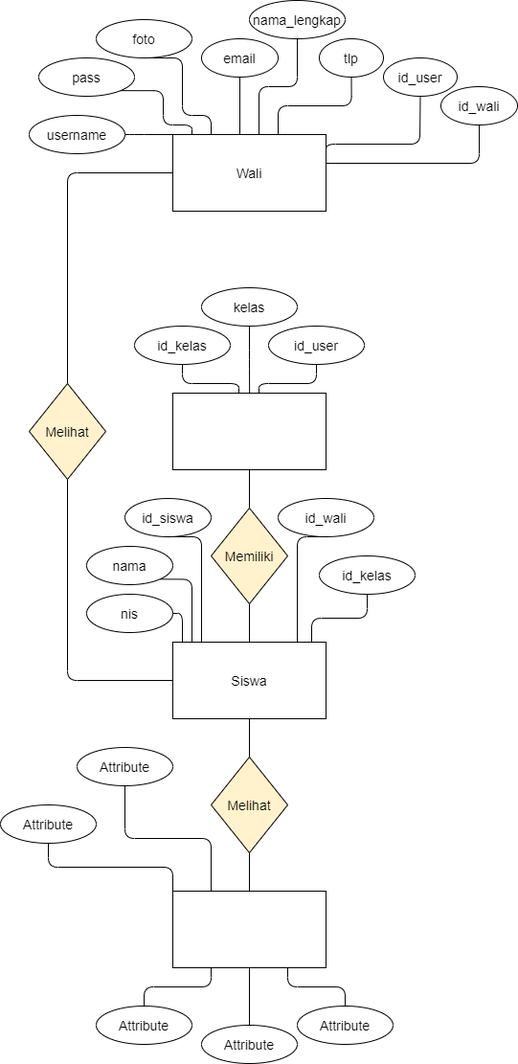
Before: Entity Relationship Diagram.png, a diagram exported from draw.io (tamamhuda/Aplikasi-Presensi). Source tidied: cells renumbered, new cells last; positions are measured from the earlier drawing's top-left corner, leaving out a move shared by most shapes.
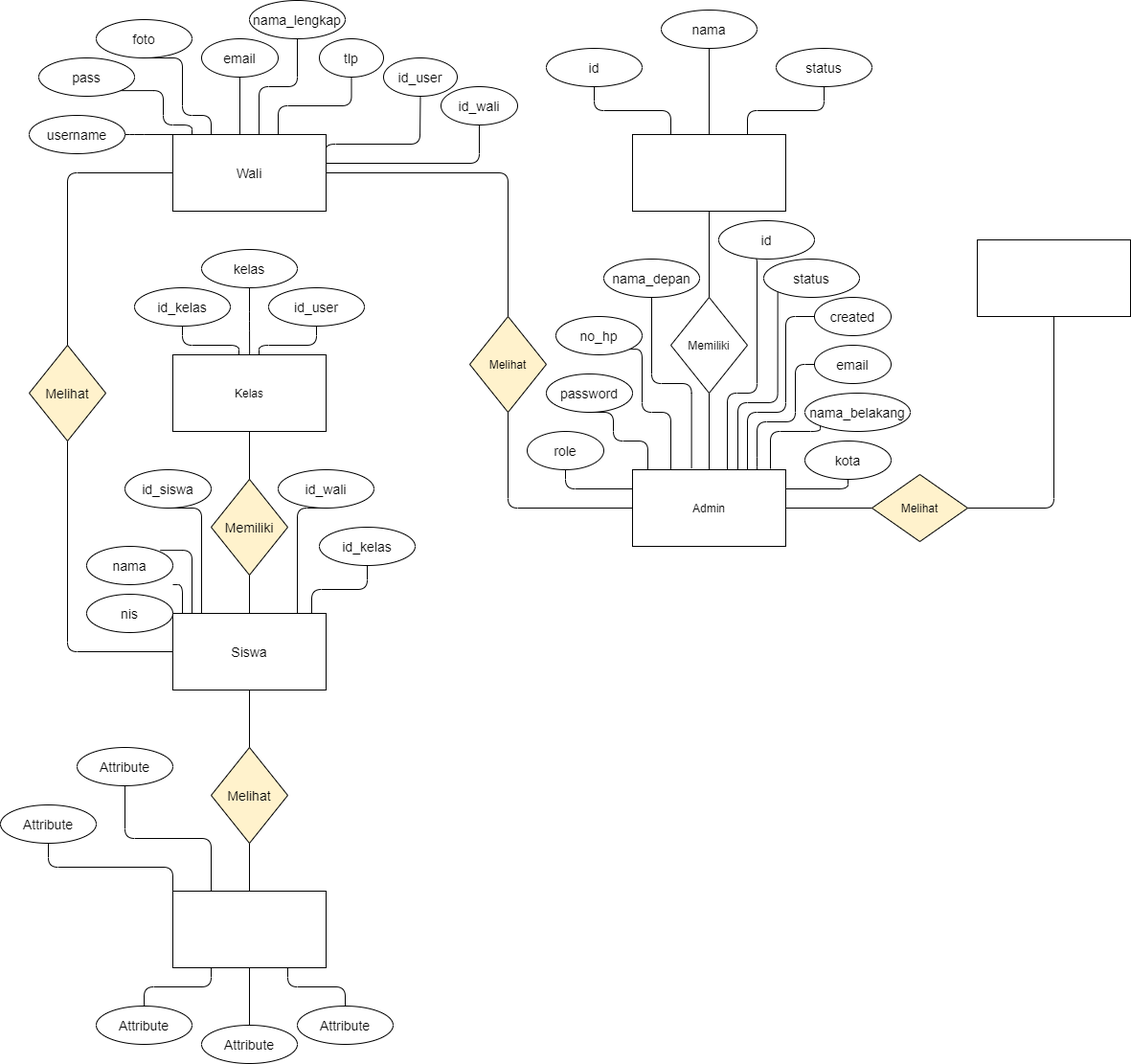
The same diagram one commit later.

Diff of the diagram source:
```diff
@@ -13,14 +13,17 @@
     <mxCell id="3" style="edgeStyle=orthogonalEdgeStyle;rounded=1;jettySize=auto;html=1;fontSize=14;endArrow=none;endFill=0;" parent="1" edge="1" source="4" target="28">
       <mxGeometry relative="1" as="geometry" />
     </mxCell>
+    <mxCell id="57" style="edgeStyle=orthogonalEdgeStyle;rounded=1;jettySize=auto;html=1;exitX=1;exitY=0.5;exitDx=0;exitDy=0;entryX=0.5;entryY=0;entryDx=0;entryDy=0;fontSize=14;endArrow=none;endFill=0;" parent="1" edge="1" source="4" target="58">
+      <mxGeometry relative="1" as="geometry" />
+    </mxCell>
     <mxCell id="4" value="&lt;font style=&quot;font-size: 14px&quot;&gt;Wali&lt;/font&gt;" style="rounded=0;whiteSpace=wrap;html=1;" parent="1" vertex="1">
       <mxGeometry x="180" y="140" width="160" height="80" as="geometry" />
     </mxCell>
     <mxCell id="5" style="edgeStyle=orthogonalEdgeStyle;rounded=1;jettySize=auto;html=1;fontSize=14;endArrow=none;endFill=0;" parent="1" edge="1" source="6" target="35">
       <mxGeometry relative="1" as="geometry" />
     </mxCell>
-    <mxCell id="6" style="rounded=0;whiteSpace=wrap;html=1;" parent="1" vertex="1">
-      <mxGeometry x="180" y="410" width="160" height="80" as="geometry" />
+    <mxCell id="6" value="Kelas" style="rounded=0;whiteSpace=wrap;html=1;" parent="1" vertex="1">
+      <mxGeometry x="180" y="370" width="160" height="80" as="geometry" />
     </mxCell>
     <mxCell id="7" style="edgeStyle=orthogonalEdgeStyle;rounded=1;jettySize=auto;html=1;entryX=0.5;entryY=1;entryDx=0;entryDy=0;fontSize=14;endArrow=none;endFill=0;" parent="1" edge="1" source="9" target="35">
       <mxGeometry relative="1" as="geometry" />
@@ -29,7 +32,7 @@
       <mxGeometry relative="1" as="geometry" />
     </mxCell>
     <mxCell id="9" value="&lt;font style=&quot;font-size: 14px&quot;&gt;Siswa&lt;/font&gt;" style="rounded=0;whiteSpace=wrap;html=1;" parent="1" vertex="1">
-      <mxGeometry x="180" y="670" width="160" height="80" as="geometry" />
+      <mxGeometry x="180" y="640" width="160" height="80" as="geometry" />
     </mxCell>
     <mxCell id="10" style="edgeStyle=orthogonalEdgeStyle;rounded=1;jettySize=auto;html=1;exitX=0.25;exitY=1;exitDx=0;exitDy=0;entryX=0.5;entryY=0;entryDx=0;entryDy=0;fontSize=14;endArrow=none;endFill=0;" parent="1" edge="1" source="11" target="52">
       <mxGeometry relative="1" as="geometry" />
@@ -130,70 +133,72 @@
       <mxGeometry relative="1" as="geometry" />
     </mxCell>
     <mxCell id="28" value="&lt;font style=&quot;font-size: 14px&quot;&gt;Melihat&lt;/font&gt;" style="rhombus;whiteSpace=wrap;html=1;rounded=0;fillColor=#FFF2CC;" parent="1" vertex="1">
-      <mxGeometry x="30" y="400" width="80" height="100" as="geometry" />
+      <mxGeometry x="30" y="360" width="80" height="100" as="geometry" />
     </mxCell>
     <mxCell id="29" style="edgeStyle=orthogonalEdgeStyle;rounded=1;jettySize=auto;html=1;exitX=0.5;exitY=1;exitDx=0;exitDy=0;fontSize=14;endArrow=none;endFill=0;" parent="1" edge="1" source="30">
       <mxGeometry relative="1" as="geometry">
-        <mxPoint x="260.1" y="410" as="targetPoint" />
+        <mxPoint x="260.1" y="370" as="targetPoint" />
       </mxGeometry>
     </mxCell>
     <mxCell id="30" value="kelas" style="ellipse;whiteSpace=wrap;html=1;align=center;fontSize=14;fillColor=#FFFFFF;" parent="1" vertex="1">
-      <mxGeometry x="210" y="300" width="100" height="40" as="geometry" />
+      <mxGeometry x="210" y="260" width="100" height="40" as="geometry" />
     </mxCell>
     <mxCell id="31" style="edgeStyle=orthogonalEdgeStyle;rounded=1;jettySize=auto;html=1;exitX=0.5;exitY=1;exitDx=0;exitDy=0;fontSize=14;endArrow=none;endFill=0;" parent="1" edge="1" source="32">
       <mxGeometry relative="1" as="geometry">
-        <mxPoint x="270" y="410" as="targetPoint" />
+        <mxPoint x="270" y="370" as="targetPoint" />
         <Array as="points">
-          <mxPoint x="330" y="400" />
-          <mxPoint x="270" y="400" />
-          <mxPoint x="270" y="410" />
+          <mxPoint x="330" y="360" />
+          <mxPoint x="270" y="360" />
+          <mxPoint x="270" y="370" />
         </Array>
       </mxGeometry>
     </mxCell>
     <mxCell id="32" value="id_user" style="ellipse;whiteSpace=wrap;html=1;align=center;fontSize=14;fillColor=#FFFFFF;" parent="1" vertex="1">
-      <mxGeometry x="280" y="340" width="100" height="40" as="geometry" />
+      <mxGeometry x="280" y="300" width="100" height="40" as="geometry" />
     </mxCell>
     <mxCell id="33" style="edgeStyle=orthogonalEdgeStyle;rounded=1;jettySize=auto;html=1;exitX=0.5;exitY=1;exitDx=0;exitDy=0;fontSize=14;endArrow=none;endFill=0;" parent="1" edge="1" source="34">
       <mxGeometry relative="1" as="geometry">
-        <mxPoint x="249" y="410" as="targetPoint" />
+        <mxPoint x="249" y="370" as="targetPoint" />
       </mxGeometry>
     </mxCell>
     <mxCell id="34" value="id_kelas" style="ellipse;whiteSpace=wrap;html=1;align=center;fontSize=14;fillColor=#FFFFFF;" parent="1" vertex="1">
-      <mxGeometry x="140" y="340" width="100" height="40" as="geometry" />
+      <mxGeometry x="140" y="300" width="100" height="40" as="geometry" />
     </mxCell>
     <mxCell id="35" value="&lt;font style=&quot;font-size: 14px&quot;&gt;Memiliki&lt;/font&gt;" style="rhombus;whiteSpace=wrap;html=1;rounded=0;fillColor=#FFF2CC;" parent="1" vertex="1">
-      <mxGeometry x="220" y="530" width="80" height="100" as="geometry" />
+      <mxGeometry x="220" y="500" width="80" height="100" as="geometry" />
     </mxCell>
     <mxCell id="36" style="edgeStyle=orthogonalEdgeStyle;rounded=1;jettySize=auto;html=1;exitX=0.5;exitY=1;exitDx=0;exitDy=0;fontSize=14;endArrow=none;endFill=0;" parent="1" edge="1" source="37">
       <mxGeometry relative="1" as="geometry">
-        <mxPoint x="210" y="670" as="targetPoint" />
+        <mxPoint x="210" y="640" as="targetPoint" />
         <Array as="points">
-          <mxPoint x="210" y="560" />
-          <mxPoint x="210" y="670" />
+          <mxPoint x="210" y="530" />
+          <mxPoint x="210" y="640" />
         </Array>
       </mxGeometry>
     </mxCell>
     <mxCell id="37" value="id_siswa" style="ellipse;whiteSpace=wrap;html=1;align=center;fontSize=14;" parent="1" vertex="1">
-      <mxGeometry x="130" y="520" width="90" height="40" as="geometry" />
+      <mxGeometry x="130" y="490" width="90" height="40" as="geometry" />
     </mxCell>
-    <mxCell id="38" style="edgeStyle=orthogonalEdgeStyle;rounded=1;jettySize=auto;html=1;exitX=1;exitY=1;exitDx=0;exitDy=0;fontSize=14;endArrow=none;endFill=0;" parent="1" edge="1" source="39">
+    <mxCell id="38" style="edgeStyle=orthogonalEdgeStyle;rounded=1;orthogonalLoop=1;jettySize=auto;html=1;exitX=1;exitY=1;exitDx=0;exitDy=0;fontSize=14;endArrow=none;endFill=0;" parent="1" edge="1">
       <mxGeometry relative="1" as="geometry">
-        <mxPoint x="200" y="670" as="targetPoint" />
+        <mxPoint x="166.8" y="574.1" as="sourcePoint" />
+        <mxPoint x="200" y="640" as="targetPoint" />
         <Array as="points">
-          <mxPoint x="200" y="604" />
-          <mxPoint x="200" y="670" />
+          <mxPoint x="200" y="574" />
+          <mxPoint x="200" y="640" />
         </Array>
       </mxGeometry>
     </mxCell>
     <mxCell id="39" value="nama" style="ellipse;whiteSpace=wrap;html=1;align=center;fontSize=14;" parent="1" vertex="1">
       <mxGeometry x="90" y="570" width="90" height="40" as="geometry" />
     </mxCell>
-    <mxCell id="40" style="edgeStyle=orthogonalEdgeStyle;rounded=1;jettySize=auto;html=1;exitX=1;exitY=0.5;exitDx=0;exitDy=0;fontSize=14;endArrow=none;endFill=0;" parent="1" edge="1" source="41">
+    <mxCell id="40" style="edgeStyle=orthogonalEdgeStyle;rounded=1;orthogonalLoop=1;jettySize=auto;html=1;exitX=1;exitY=0.5;exitDx=0;exitDy=0;fontSize=14;endArrow=none;endFill=0;" parent="1" edge="1">
       <mxGeometry relative="1" as="geometry">
-        <mxPoint x="190" y="670" as="targetPoint" />
+        <mxPoint x="180" y="610" as="sourcePoint" />
+        <mxPoint x="190" y="640" as="targetPoint" />
         <Array as="points">
+          <mxPoint x="190" y="610" />
           <mxPoint x="190" y="640" />
-          <mxPoint x="190" y="670" />
         </Array>
       </mxGeometry>
     </mxCell>
@@ -202,29 +207,29 @@
     </mxCell>
     <mxCell id="42" style="edgeStyle=orthogonalEdgeStyle;rounded=1;jettySize=auto;html=1;exitX=0.5;exitY=1;exitDx=0;exitDy=0;fontSize=14;endArrow=none;endFill=0;" parent="1" edge="1" source="43">
       <mxGeometry relative="1" as="geometry">
-        <mxPoint x="310" y="670" as="targetPoint" />
+        <mxPoint x="310" y="640" as="targetPoint" />
         <Array as="points">
-          <mxPoint x="310" y="560" />
-          <mxPoint x="310" y="670" />
+          <mxPoint x="310" y="530" />
+          <mxPoint x="310" y="640" />
         </Array>
       </mxGeometry>
     </mxCell>
     <mxCell id="43" value="id_wali" style="ellipse;whiteSpace=wrap;html=1;align=center;fontSize=14;fillColor=#FFFFFF;" parent="1" vertex="1">
-      <mxGeometry x="290" y="520" width="100" height="40" as="geometry" />
+      <mxGeometry x="290" y="490" width="100" height="40" as="geometry" />
     </mxCell>
     <mxCell id="44" style="edgeStyle=orthogonalEdgeStyle;rounded=1;jettySize=auto;html=1;exitX=0.5;exitY=1;exitDx=0;exitDy=0;fontSize=14;endArrow=none;endFill=0;" parent="1" edge="1" source="45">
       <mxGeometry relative="1" as="geometry">
-        <mxPoint x="325" y="670" as="targetPoint" />
+        <mxPoint x="325" y="640" as="targetPoint" />
       </mxGeometry>
     </mxCell>
     <mxCell id="45" value="id_kelas" style="ellipse;whiteSpace=wrap;html=1;align=center;fontSize=14;fillColor=#FFFFFF;" parent="1" vertex="1">
-      <mxGeometry x="333" y="580" width="100" height="40" as="geometry" />
+      <mxGeometry x="333" y="550" width="100" height="40" as="geometry" />
     </mxCell>
     <mxCell id="46" style="edgeStyle=orthogonalEdgeStyle;rounded=1;jettySize=auto;html=1;exitX=0.5;exitY=1;exitDx=0;exitDy=0;entryX=0.5;entryY=0;entryDx=0;entryDy=0;fontSize=14;endArrow=none;endFill=0;" parent="1" edge="1" source="47" target="11">
       <mxGeometry relative="1" as="geometry" />
     </mxCell>
     <mxCell id="47" value="&lt;font style=&quot;font-size: 14px&quot;&gt;Melihat&lt;/font&gt;" style="rhombus;whiteSpace=wrap;html=1;rounded=0;fillColor=#FFF2CC;" parent="1" vertex="1">
-      <mxGeometry x="220" y="790" width="80" height="100" as="geometry" />
+      <mxGeometry x="220" y="780" width="80" height="100" as="geometry" />
     </mxCell>
     <mxCell id="48" style="edgeStyle=orthogonalEdgeStyle;rounded=1;jettySize=auto;html=1;exitX=0.5;exitY=1;exitDx=0;exitDy=0;entryX=0.25;entryY=0;entryDx=0;entryDy=0;fontSize=14;endArrow=none;endFill=0;" parent="1" edge="1" source="49" target="11">
       <mxGeometry relative="1" as="geometry" />
@@ -253,5 +258,167 @@
     <mxCell id="56" value="Attribute" style="ellipse;whiteSpace=wrap;html=1;align=center;fontSize=14;fillColor=#FFFFFF;" parent="1" vertex="1">
       <mxGeometry x="310" y="1050" width="100" height="40" as="geometry" />
     </mxCell>
+    <mxCell id="58" value="Melihat" style="rhombus;whiteSpace=wrap;html=1;rounded=0;fillColor=#FFF2CC;" parent="1" vertex="1">
+      <mxGeometry x="490" y="330" width="80" height="100" as="geometry" />
+    </mxCell>
+    <mxCell id="59" style="edgeStyle=orthogonalEdgeStyle;rounded=1;jettySize=auto;html=1;exitX=0;exitY=0.5;exitDx=0;exitDy=0;entryX=0.5;entryY=1;entryDx=0;entryDy=0;fontSize=14;endArrow=none;endFill=0;" parent="1" edge="1" source="62" target="58">
+      <mxGeometry relative="1" as="geometry" />
+    </mxCell>
+    <mxCell id="60" style="edgeStyle=orthogonalEdgeStyle;rounded=1;jettySize=auto;html=1;fontSize=14;endArrow=none;endFill=0;" parent="1" edge="1" source="62" target="64">
+      <mxGeometry relative="1" as="geometry" />
+    </mxCell>
+    <mxCell id="61" style="edgeStyle=orthogonalEdgeStyle;rounded=1;jettySize=auto;html=1;fontSize=14;endArrow=none;endFill=0;" parent="1" edge="1" source="62" target="67">
+      <mxGeometry relative="1" as="geometry" />
+    </mxCell>
+    <mxCell id="62" value="Admin" style="whiteSpace=wrap;html=1;rounded=0;" parent="1" vertex="1">
+      <mxGeometry x="660" y="490" width="160" height="80" as="geometry" />
+    </mxCell>
+    <mxCell id="63" style="edgeStyle=orthogonalEdgeStyle;rounded=1;jettySize=auto;html=1;fontSize=14;endArrow=none;endFill=0;" parent="1" edge="1" source="64" target="65">
+      <mxGeometry relative="1" as="geometry" />
+    </mxCell>
+    <mxCell id="64" value="Melihat" style="rhombus;whiteSpace=wrap;html=1;rounded=0;fillColor=#FFF2CC;" parent="1" vertex="1">
+      <mxGeometry x="910" y="495" width="100" height="70" as="geometry" />
+    </mxCell>
+    <mxCell id="65" style="whiteSpace=wrap;html=1;rounded=0;" parent="1" vertex="1">
+      <mxGeometry x="1020" y="250" width="160" height="80" as="geometry" />
+    </mxCell>
+    <mxCell id="66" style="edgeStyle=orthogonalEdgeStyle;rounded=1;jettySize=auto;html=1;fontSize=14;endArrow=none;endFill=0;" parent="1" edge="1" source="67" target="68">
+      <mxGeometry relative="1" as="geometry" />
+    </mxCell>
+    <mxCell id="67" value="Memiliki" style="rhombus;whiteSpace=wrap;html=1;rounded=0;" parent="1" vertex="1">
+      <mxGeometry x="700" y="310" width="80" height="100" as="geometry" />
+    </mxCell>
+    <mxCell id="68" style="whiteSpace=wrap;html=1;rounded=0;" parent="1" vertex="1">
+      <mxGeometry x="660" y="140" width="160" height="80" as="geometry" />
+    </mxCell>
+    <mxCell id="69" style="edgeStyle=orthogonalEdgeStyle;rounded=1;jettySize=auto;html=1;exitX=0.5;exitY=1;exitDx=0;exitDy=0;entryX=0.25;entryY=0;entryDx=0;entryDy=0;fontSize=14;endArrow=none;endFill=0;" parent="1" edge="1" source="70" target="68">
+      <mxGeometry relative="1" as="geometry" />
+    </mxCell>
+    <mxCell id="70" value="id" style="ellipse;whiteSpace=wrap;html=1;align=center;fontSize=14;" parent="1" vertex="1">
+      <mxGeometry x="570" y="50" width="100" height="40" as="geometry" />
+    </mxCell>
+    <mxCell id="71" style="edgeStyle=orthogonalEdgeStyle;rounded=1;jettySize=auto;html=1;exitX=0.5;exitY=1;exitDx=0;exitDy=0;entryX=0.5;entryY=0;entryDx=0;entryDy=0;fontSize=14;endArrow=none;endFill=0;" parent="1" edge="1" source="72" target="68">
+      <mxGeometry relative="1" as="geometry" />
+    </mxCell>
+    <mxCell id="72" value="nama" style="ellipse;whiteSpace=wrap;html=1;align=center;fontSize=14;" parent="1" vertex="1">
+      <mxGeometry x="690" y="10" width="100" height="40" as="geometry" />
+    </mxCell>
+    <mxCell id="73" style="edgeStyle=orthogonalEdgeStyle;rounded=1;jettySize=auto;html=1;exitX=0.5;exitY=1;exitDx=0;exitDy=0;entryX=0.75;entryY=0;entryDx=0;entryDy=0;fontSize=14;endArrow=none;endFill=0;" parent="1" edge="1" source="74" target="68">
+      <mxGeometry relative="1" as="geometry" />
+    </mxCell>
+    <mxCell id="74" value="status" style="ellipse;whiteSpace=wrap;html=1;align=center;fontSize=14;" parent="1" vertex="1">
+      <mxGeometry x="810" y="50" width="100" height="40" as="geometry" />
+    </mxCell>
+    <mxCell id="75" style="edgeStyle=orthogonalEdgeStyle;rounded=1;jettySize=auto;html=1;exitX=0.5;exitY=1;exitDx=0;exitDy=0;fontSize=14;endArrow=none;endFill=0;entryX=0.385;entryY=-0.018;entryDx=0;entryDy=0;entryPerimeter=0;" parent="1" edge="1" source="76" target="62">
+      <mxGeometry relative="1" as="geometry" />
+    </mxCell>
+    <mxCell id="76" value="nama_depan" style="ellipse;whiteSpace=wrap;html=1;align=center;fontSize=14;" parent="1" vertex="1">
+      <mxGeometry x="630" y="270" width="100" height="40" as="geometry" />
+    </mxCell>
+    <mxCell id="77" style="edgeStyle=orthogonalEdgeStyle;rounded=1;jettySize=auto;html=1;exitX=1;exitY=1;exitDx=0;exitDy=0;entryX=0.25;entryY=0;entryDx=0;entryDy=0;fontSize=14;endArrow=none;endFill=0;" parent="1" edge="1" source="78" target="62">
+      <mxGeometry relative="1" as="geometry">
+        <Array as="points">
+          <mxPoint x="670" y="364" />
+          <mxPoint x="670" y="430" />
+          <mxPoint x="700" y="430" />
+        </Array>
+      </mxGeometry>
+    </mxCell>
+    <mxCell id="78" value="no_hp" style="ellipse;whiteSpace=wrap;html=1;align=center;fontSize=14;" parent="1" vertex="1">
+      <mxGeometry x="580" y="330" width="90" height="40" as="geometry" />
+    </mxCell>
+    <mxCell id="79" style="edgeStyle=orthogonalEdgeStyle;rounded=1;jettySize=auto;html=1;exitX=0.5;exitY=1;exitDx=0;exitDy=0;fontSize=14;endArrow=none;endFill=0;" parent="1" edge="1" source="80">
+      <mxGeometry relative="1" as="geometry">
+        <mxPoint x="676" y="490" as="targetPoint" />
+        <Array as="points">
+          <mxPoint x="640" y="430" />
+          <mxPoint x="640" y="460" />
+          <mxPoint x="676" y="460" />
+        </Array>
+      </mxGeometry>
+    </mxCell>
+    <mxCell id="80" value="password" style="ellipse;whiteSpace=wrap;html=1;align=center;fontSize=14;fillColor=#FFFFFF;" parent="1" vertex="1">
+      <mxGeometry x="570" y="390" width="90" height="40" as="geometry" />
+    </mxCell>
+    <mxCell id="81" style="edgeStyle=orthogonalEdgeStyle;rounded=1;jettySize=auto;html=1;exitX=0.5;exitY=1;exitDx=0;exitDy=0;entryX=0;entryY=0.25;entryDx=0;entryDy=0;fontSize=14;endArrow=none;endFill=0;" parent="1" edge="1" source="82" target="62">
+      <mxGeometry relative="1" as="geometry" />
+    </mxCell>
+    <mxCell id="82" value="role" style="ellipse;whiteSpace=wrap;html=1;align=center;fontSize=14;fillColor=#FFFFFF;" parent="1" vertex="1">
+      <mxGeometry x="550" y="450" width="80" height="40" as="geometry" />
+    </mxCell>
+    <mxCell id="83" style="edgeStyle=orthogonalEdgeStyle;rounded=1;jettySize=auto;html=1;exitX=0;exitY=1;exitDx=0;exitDy=0;fontSize=14;endArrow=none;endFill=0;" parent="1" edge="1" source="84">
+      <mxGeometry relative="1" as="geometry">
+        <mxPoint x="759" y="490" as="targetPoint" />
+        <Array as="points">
+          <mxPoint x="790" y="264" />
+          <mxPoint x="790" y="410" />
+          <mxPoint x="759" y="410" />
+        </Array>
+      </mxGeometry>
+    </mxCell>
+    <mxCell id="84" value="id" style="ellipse;whiteSpace=wrap;html=1;align=center;fontSize=14;fillColor=#FFFFFF;" parent="1" vertex="1">
+      <mxGeometry x="750" y="230" width="100" height="40" as="geometry" />
+    </mxCell>
+    <mxCell id="85" style="edgeStyle=orthogonalEdgeStyle;rounded=1;jettySize=auto;html=1;exitX=0;exitY=1;exitDx=0;exitDy=0;fontSize=14;endArrow=none;endFill=0;" parent="1" edge="1" source="86">
+      <mxGeometry relative="1" as="geometry">
+        <mxPoint x="770" y="490" as="targetPoint" />
+        <Array as="points">
+          <mxPoint x="812" y="420" />
+          <mxPoint x="770" y="420" />
+          <mxPoint x="770" y="490" />
+        </Array>
+      </mxGeometry>
+    </mxCell>
+    <mxCell id="86" value="status" style="ellipse;whiteSpace=wrap;html=1;align=center;fontSize=14;fillColor=#FFFFFF;" parent="1" vertex="1">
+      <mxGeometry x="797" y="270" width="100" height="40" as="geometry" />
+    </mxCell>
+    <mxCell id="87" style="edgeStyle=orthogonalEdgeStyle;rounded=1;jettySize=auto;html=1;exitX=0;exitY=0.5;exitDx=0;exitDy=0;fontSize=14;endArrow=none;endFill=0;" parent="1" edge="1" source="88">
+      <mxGeometry relative="1" as="geometry">
+        <mxPoint x="780" y="490" as="targetPoint" />
+        <Array as="points">
+          <mxPoint x="820" y="330" />
+          <mxPoint x="820" y="430" />
+          <mxPoint x="780" y="430" />
+        </Array>
+      </mxGeometry>
+    </mxCell>
+    <mxCell id="88" value="created" style="ellipse;whiteSpace=wrap;html=1;align=center;fontSize=14;fillColor=#FFFFFF;" parent="1" vertex="1">
+      <mxGeometry x="850" y="310" width="80" height="40" as="geometry" />
+    </mxCell>
+    <mxCell id="89" style="edgeStyle=orthogonalEdgeStyle;rounded=1;jettySize=auto;html=1;exitX=0;exitY=0.5;exitDx=0;exitDy=0;fontSize=14;endArrow=none;endFill=0;" parent="1" edge="1" source="90">
+      <mxGeometry relative="1" as="geometry">
+        <mxPoint x="790" y="490" as="targetPoint" />
+        <Array as="points">
+          <mxPoint x="830" y="380" />
+          <mxPoint x="830" y="440" />
+          <mxPoint x="790" y="440" />
+          <mxPoint x="790" y="487" />
+        </Array>
+      </mxGeometry>
+    </mxCell>
+    <mxCell id="90" value="email" style="ellipse;whiteSpace=wrap;html=1;align=center;fontSize=14;fillColor=#FFFFFF;" parent="1" vertex="1">
+      <mxGeometry x="850" y="360" width="80" height="40" as="geometry" />
+    </mxCell>
+    <mxCell id="91" style="edgeStyle=orthogonalEdgeStyle;rounded=1;jettySize=auto;html=1;exitX=0;exitY=1;exitDx=0;exitDy=0;entryX=0.9;entryY=-0.012;entryDx=0;entryDy=0;entryPerimeter=0;fontSize=14;endArrow=none;endFill=0;" parent="1" edge="1" source="92" target="62">
+      <mxGeometry relative="1" as="geometry">
+        <Array as="points">
+          <mxPoint x="856" y="450" />
+          <mxPoint x="804" y="450" />
+        </Array>
+      </mxGeometry>
+    </mxCell>
+    <mxCell id="92" value="nama_belakang" style="ellipse;whiteSpace=wrap;html=1;align=center;fontSize=14;fillColor=#FFFFFF;" parent="1" vertex="1">
+      <mxGeometry x="840" y="410" width="110" height="40" as="geometry" />
+    </mxCell>
+    <mxCell id="93" style="edgeStyle=orthogonalEdgeStyle;rounded=1;jettySize=auto;html=1;exitX=0.5;exitY=1;exitDx=0;exitDy=0;entryX=1;entryY=0.25;entryDx=0;entryDy=0;fontSize=14;endArrow=none;endFill=0;" parent="1" edge="1" source="94" target="62">
+      <mxGeometry relative="1" as="geometry">
+        <Array as="points">
+          <mxPoint x="885" y="510" />
+        </Array>
+      </mxGeometry>
+    </mxCell>
+    <mxCell id="94" value="kota" style="ellipse;whiteSpace=wrap;html=1;align=center;fontSize=14;fillColor=#FFFFFF;" parent="1" vertex="1">
+      <mxGeometry x="840" y="460" width="90" height="40" as="geometry" />
+    </mxCell>
   </root>
 </mxGraphModel>
```
